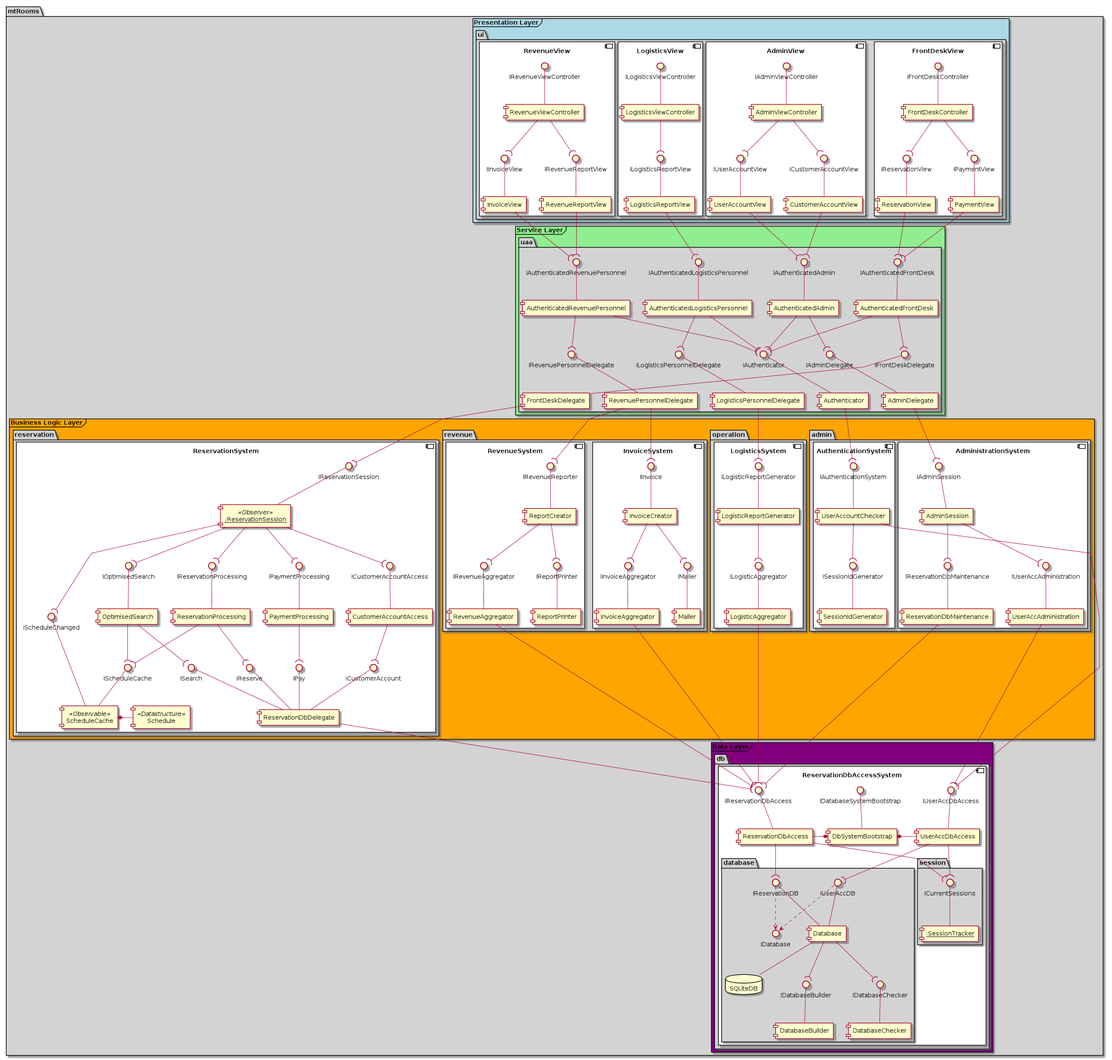
Before: docs/uml/architecture/architecture.png, a diagram exported from PlantUML (BBKbeam/mtRooms).
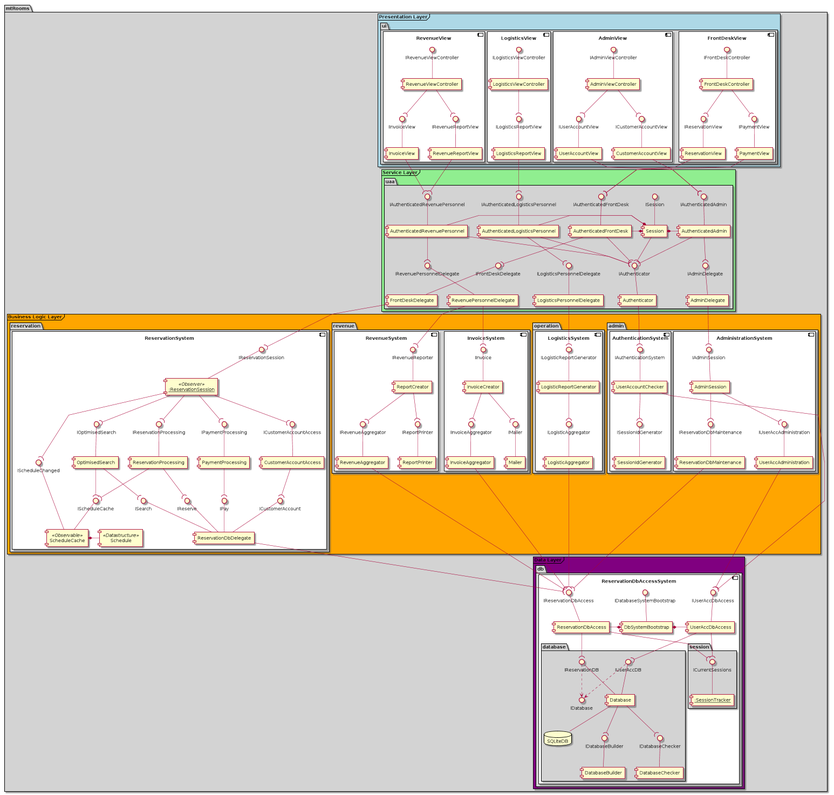
Above is the later version.

Commit message:
[uml] Added the uaa modifications to the full system-wide architecture diagram.

The edit, as a diff of the source:
```diff
@@ -47,6 +47,7 @@
 
     frame "Service Layer" #lightgreen {
         package "uaa" {
+            ISession -- [Session]
             IAuthenticator -- [Authenticator]
             IFrontDeskDelegate -- [FrontDeskDelegate]
             IAuthenticatedFrontDesk -- [AuthenticatedFrontDesk]
@@ -59,12 +60,18 @@
 
             AuthenticatedFrontDesk --( IAuthenticator
             AuthenticatedFrontDesk --( IFrontDeskDelegate
+            Session --( IAuthenticator
             AuthenticatedAdmin --( IAuthenticator
             AuthenticatedAdmin --( IAdminDelegate
             AuthenticatedLogisticsPersonnel --( IAuthenticator
             AuthenticatedLogisticsPersonnel --( ILogisticsPersonnelDelegate
             AuthenticatedRevenuePersonnel --( IAuthenticator
             AuthenticatedRevenuePersonnel --( IRevenuePersonnelDelegate
+
+            Session *- AuthenticatedFrontDesk
+            Session *- AuthenticatedAdmin
+            Session *- AuthenticatedRevenuePersonnel
+            Session *- AuthenticatedLogisticsPersonnel
         }
     }
 
```
